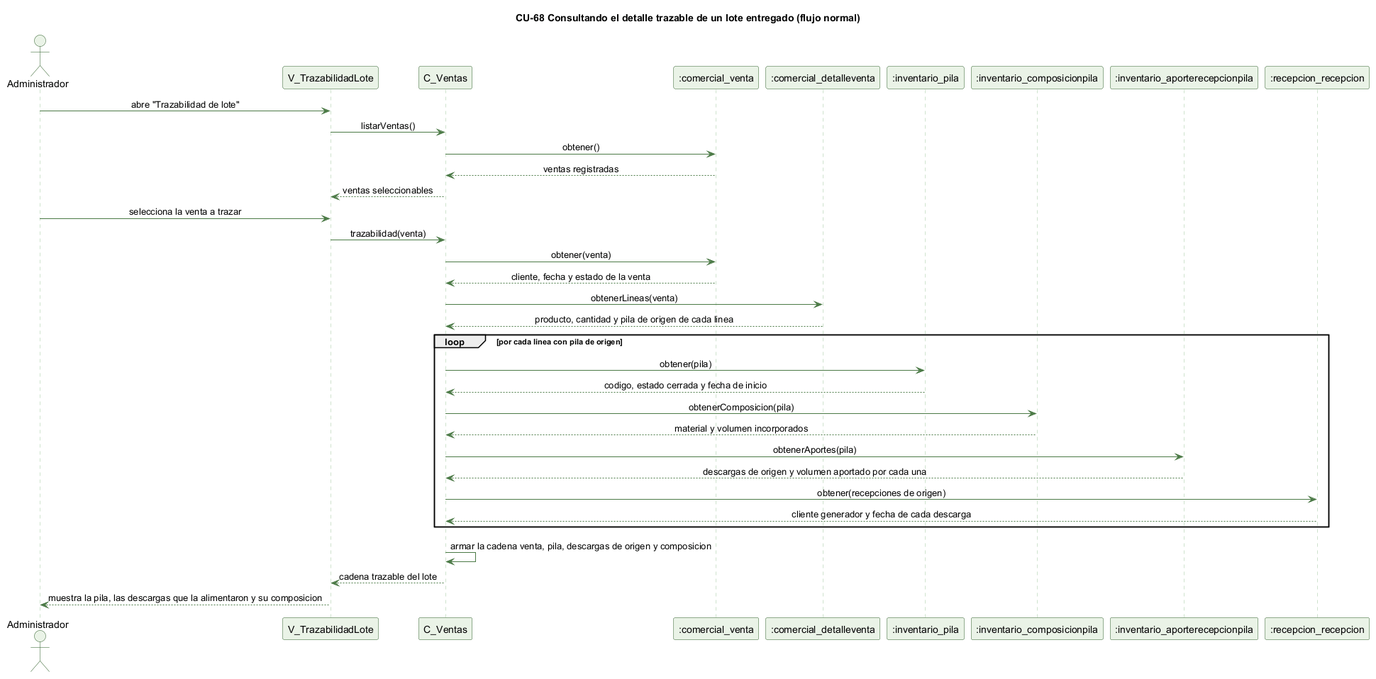
The PlantUML diagram docs/trabajo-grupal/diagramas/secuencias/cu68-trazabilidad-lote-normal.png in kenjikaese/Triverde, before a commit.
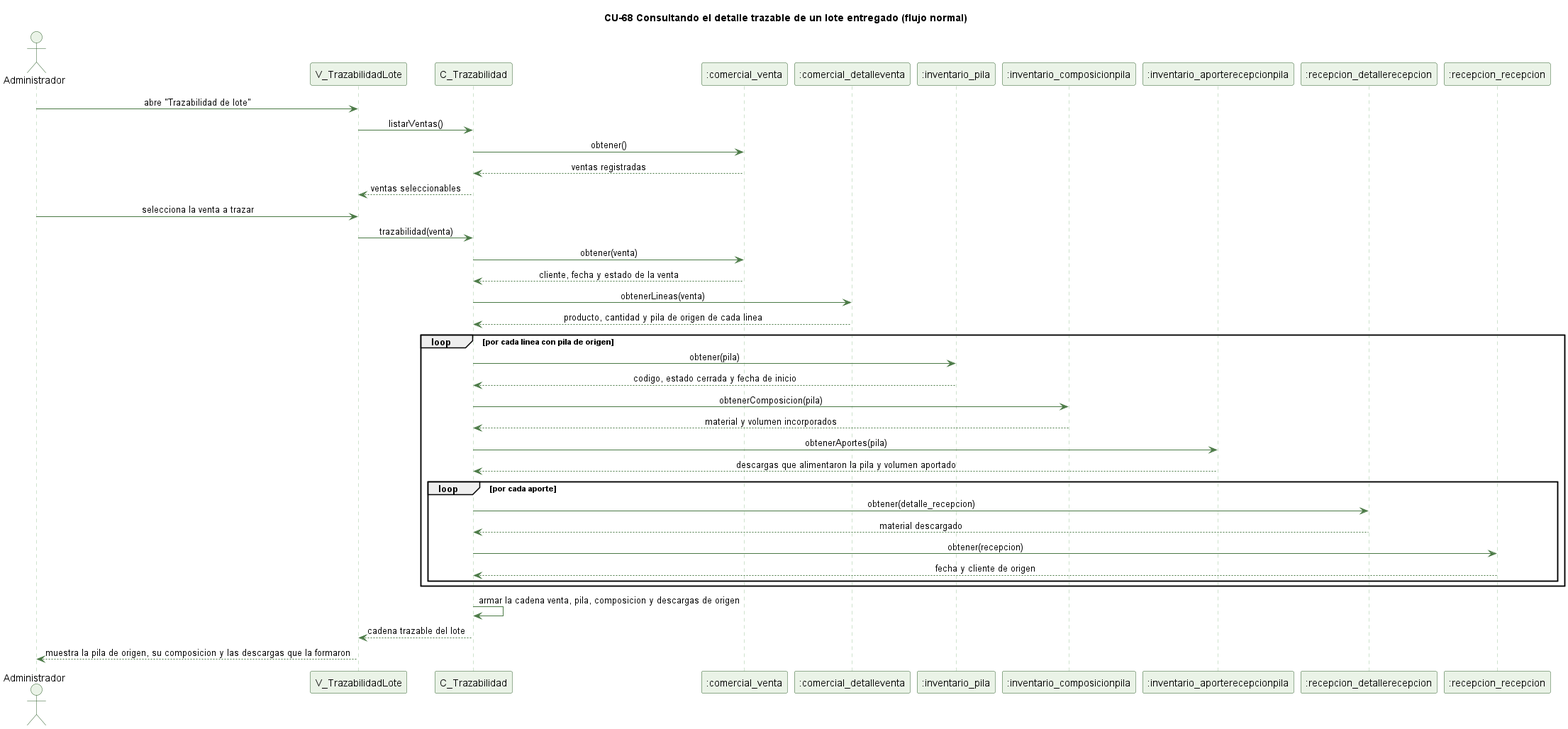
Later version of the same file.

The edit, as a diff of the source:
```diff
@@ -14,12 +14,13 @@
 
 actor Administrador
 participant "V_TrazabilidadLote" as V
-participant "C_Ventas" as C
+participant "C_Trazabilidad" as C
 participant ":comercial_venta" as VT
 participant ":comercial_detalleventa" as DV
 participant ":inventario_pila" as PI
 participant ":inventario_composicionpila" as CP
-participant ":inventario_aporterecepcionpila" as AR
+participant ":inventario_aporterecepcionpila" as AP
+participant ":recepcion_detallerecepcion" as DR
 participant ":recepcion_recepcion" as R
 
 Administrador -> V : abre "Trazabilidad de lote"
@@ -38,13 +39,17 @@
   PI --> C : codigo, estado cerrada y fecha de inicio
   C -> CP : obtenerComposicion(pila)
   CP --> C : material y volumen incorporados
-  C -> AR : obtenerAportes(pila)
-  AR --> C : descargas de origen y volumen aportado por cada una
-  C -> R : obtener(recepciones de origen)
-  R --> C : cliente generador y fecha de cada descarga
+  C -> AP : obtenerAportes(pila)
+  AP --> C : descargas que alimentaron la pila y volumen aportado
+  loop por cada aporte
+    C -> DR : obtener(detalle_recepcion)
+    DR --> C : material descargado
+    C -> R : obtener(recepcion)
+    R --> C : fecha y cliente de origen
+  end
 end
-C -> C : armar la cadena venta, pila, descargas de origen y composicion
+C -> C : armar la cadena venta, pila, composicion y descargas de origen
 C --> V : cadena trazable del lote
-V --> Administrador : muestra la pila, las descargas que la alimentaron y su composicion
+V --> Administrador : muestra la pila de origen, su composicion y las descargas que la formaron
 
 @enduml
```
